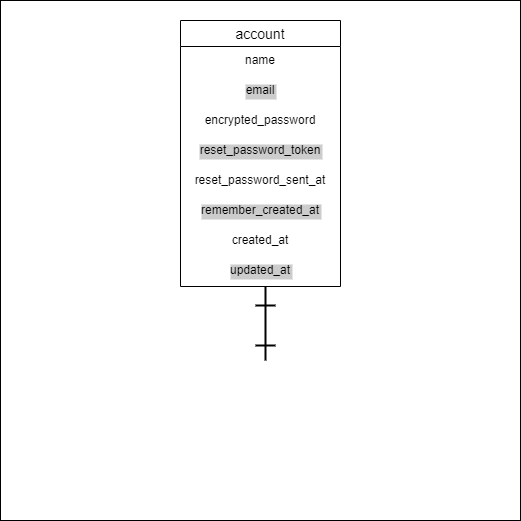
The draw.io diagram データベース設計図.png in jokertennis/webapp, before a commit. Source tidied: cells renumbered, new cells last; positions are measured from the earlier drawing's top-left corner, leaving out a move shared by most shapes.
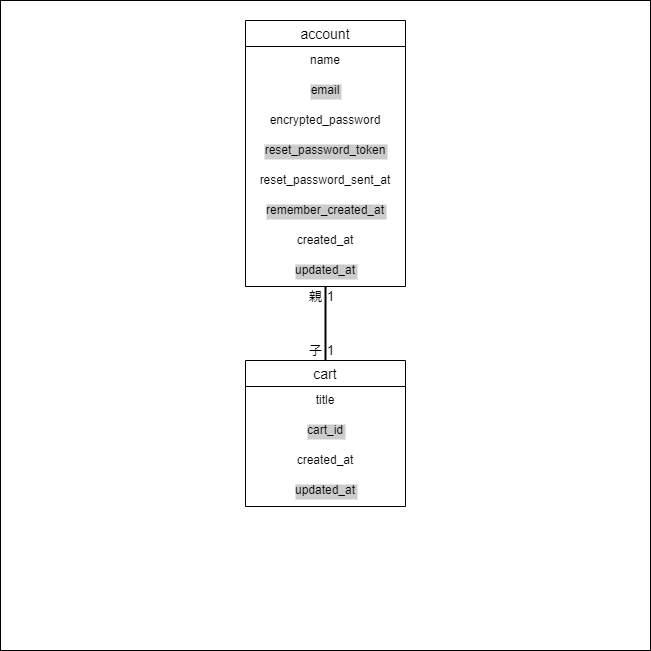
After the change.

Commit message:
Update データベース設計図.png

The edit, as a diff of the source:
```diff
@@ -3,10 +3,13 @@
     <mxCell id="0" />
     <mxCell id="1" parent="0" />
     <mxCell id="2" style="whiteSpace=wrap;html=1;" parent="1" vertex="1">
-      <mxGeometry width="520" height="520" as="geometry" />
+      <mxGeometry width="650" height="650" as="geometry" />
     </mxCell>
+    <mxCell id="12" style="line;strokeWidth=2;direction=south;html=1;labelBackgroundColor=none;fontSize=13;align=center;" parent="1" vertex="1">
+      <mxGeometry x="320" y="286" width="10" height="74" as="geometry" />
+    </mxCell>
     <mxCell id="3" value="account" style="swimlane;fontStyle=0;horizontal=1;startSize=26;align=center;fontSize=14;" parent="1" vertex="1">
-      <mxGeometry x="180" y="20" width="160" height="266" as="geometry" />
+      <mxGeometry x="245" y="20" width="160" height="266" as="geometry" />
     </mxCell>
     <mxCell id="4" value="name&#10;" style="text;strokeColor=none;fillColor=none;spacingLeft=4;spacingRight=4;overflow=hidden;fontSize=12;align=center;" parent="3" vertex="1">
       <mxGeometry y="26" width="160" height="30" as="geometry" />
@@ -32,14 +35,32 @@
     <mxCell id="11" value="updated_at" style="text;strokeColor=none;fillColor=none;spacingLeft=4;spacingRight=4;overflow=hidden;fontSize=12;align=center;labelBackgroundColor=#CCCCCC;" parent="3" vertex="1">
       <mxGeometry y="236" width="160" height="30" as="geometry" />
     </mxCell>
-    <mxCell id="12" style="line;strokeWidth=2;direction=south;html=1;labelBackgroundColor=none;fontSize=13;align=center;" parent="1" vertex="1">
-      <mxGeometry x="260" y="286" width="10" height="74" as="geometry" />
-    </mxCell>
-    <mxCell id="13" style="line;strokeWidth=2;html=1;labelBackgroundColor=none;fontSize=13;align=center;" parent="1" vertex="1">
-      <mxGeometry x="255" y="300" width="20" height="10" as="geometry" />
-    </mxCell>
-    <mxCell id="14" style="line;strokeWidth=2;html=1;labelBackgroundColor=none;fontSize=13;align=center;" parent="1" vertex="1">
-      <mxGeometry x="255" y="340" width="20" height="10" as="geometry" />
-    </mxCell>
+    <mxCell id="15" value="cart" style="swimlane;fontStyle=0;horizontal=1;startSize=26;align=center;fontSize=14;labelBackgroundColor=none;" parent="1" vertex="1">
+      <mxGeometry x="245" y="360" width="160" height="146" as="geometry" />
+    </mxCell>
+    <mxCell id="16" value="title" style="text;strokeColor=none;fillColor=none;spacingLeft=4;spacingRight=4;overflow=hidden;fontSize=12;align=center;" parent="15" vertex="1">
+      <mxGeometry y="26" width="160" height="30" as="geometry" />
+    </mxCell>
+    <mxCell id="17" value="cart_id" style="text;strokeColor=none;fillColor=none;spacingLeft=4;spacingRight=4;overflow=hidden;fontSize=12;align=center;labelBackgroundColor=#CCCCCC;" parent="15" vertex="1">
+      <mxGeometry y="56" width="160" height="30" as="geometry" />
+    </mxCell>
+    <mxCell id="18" value="created_at" style="text;strokeColor=none;fillColor=none;spacingLeft=4;spacingRight=4;overflow=hidden;fontSize=12;align=center;" parent="15" vertex="1">
+      <mxGeometry y="86" width="160" height="30" as="geometry" />
+    </mxCell>
+    <mxCell id="19" value="updated_at" style="text;strokeColor=none;fillColor=none;spacingLeft=4;spacingRight=4;overflow=hidden;fontSize=12;align=center;labelBackgroundColor=#CCCCCC;" parent="15" vertex="1">
+      <mxGeometry y="116" width="160" height="30" as="geometry" />
+    </mxCell>
+    <mxCell id="20" value="1" style="text;html=1;align=center;verticalAlign=middle;fontSize=13;" parent="1" vertex="1">
+      <mxGeometry x="320" y="286" width="20" height="20" as="geometry" />
+    </mxCell>
+    <mxCell id="21" value="1" style="text;html=1;align=center;verticalAlign=middle;fontSize=13;" parent="1" vertex="1">
+      <mxGeometry x="320" y="340" width="20" height="20" as="geometry" />
+    </mxCell>
+    <mxCell id="22" value="親" style="text;html=1;align=center;verticalAlign=middle;fontSize=13;" parent="1" vertex="1">
+      <mxGeometry x="300" y="286" width="30" height="20" as="geometry" />
+    </mxCell>
+    <mxCell id="23" value="子" style="text;html=1;align=center;verticalAlign=middle;fontSize=13;" parent="1" vertex="1">
+      <mxGeometry x="300" y="340" width="30" height="20" as="geometry" />
+    </mxCell>
   </root>
 </mxGraphModel>
```
